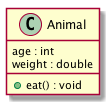
Before: assets/images/uml/ex-mypet/animal-class.png, a diagram exported from PlantUML (lyhcode/oosad). The source it was exported from:
```plantuml
@startuml
class Animal {
    age : int
    weight : double
    + eat() : void
}
@enduml
```
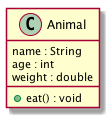
After the commit.

What changed in the source:
```diff
@@ -1,5 +1,6 @@
 @startuml
 class Animal {
+    name : String
     age : int
     weight : double
     + eat() : void
```
